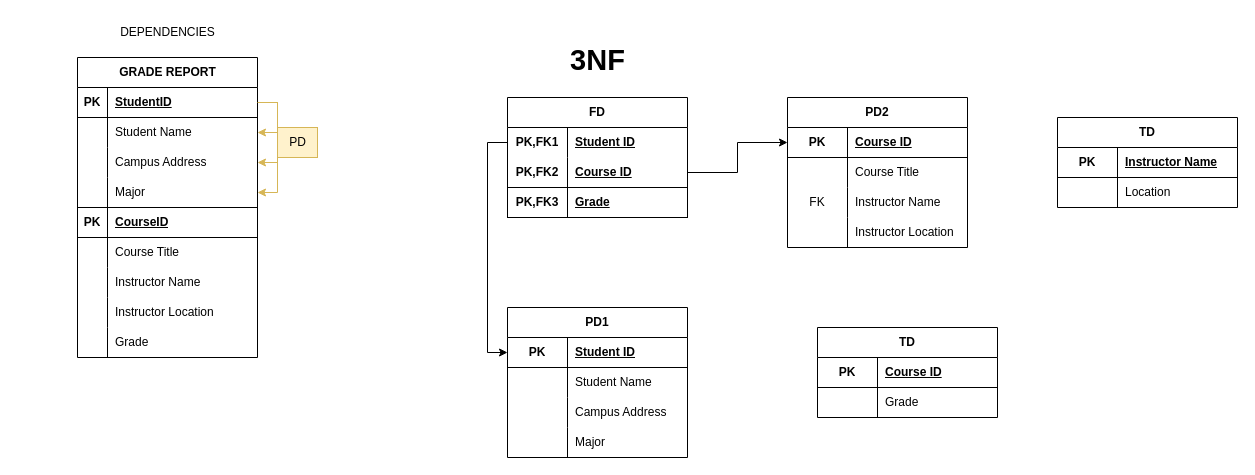
robeeds/is380-drawio keeps this draw.io diagram as page "Exercise #2" (2 of 2) of Logical Models & Normalization.drawio. Above is the earlier version. Source tidied: cells renumbered, new cells numbered last; positions are measured from the earlier drawing's top-left corner, leaving out a move shared by most shapes. Both pictures are drawn from the tidied source at 100%, with x=0, y=0 at pixel (77, 17).
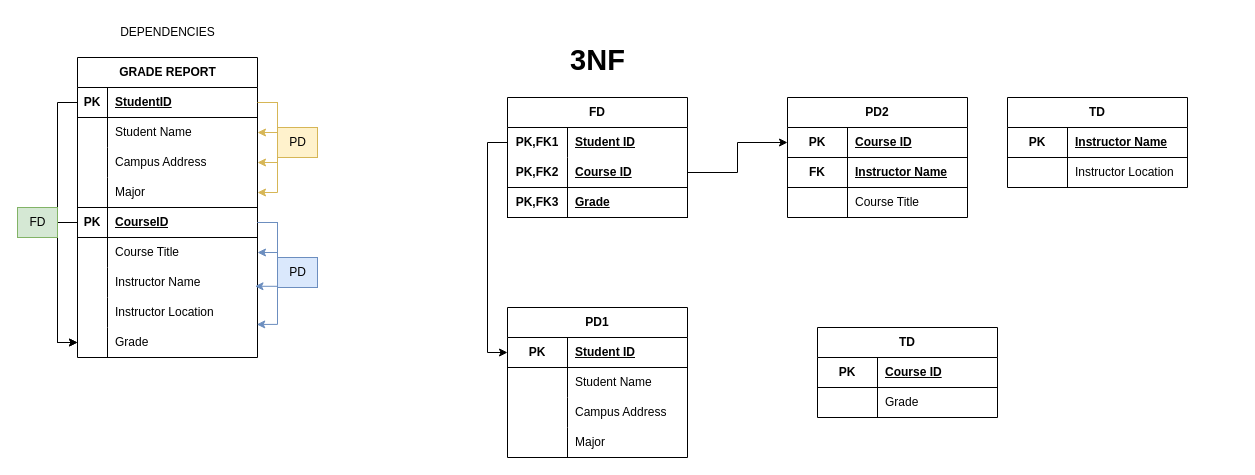
After the change.

The change refers to these unchanged cells:
```xml
<mxCell id="54" style="shape=tableRow;horizontal=0;startSize=0;swimlaneHead=0;swimlaneBody=0;fillColor=none;top=0;left=0;right=0;bottom=0;html=1;" parent="50" vertex="1">
  <mxGeometry y="60" width="180" height="30" as="geometry" />
</mxCell>
<mxCell id="58" value="GRADE REPORT" style="shape=table;startSize=30;childLayout=tableLayout;rowLines=0;fontStyle=1;align=center;html=1;" parent="1" vertex="1">
  <mxGeometry y="40" width="180" height="300" as="geometry" />
</mxCell>
<mxCell id="59" style="shape=tableRow;horizontal=0;startSize=0;swimlaneHead=0;swimlaneBody=0;fillColor=none;points=[[0,0.5],[1,0.5]];portConstraint=eastwest;top=0;left=0;right=0;bottom=1;" parent="58" vertex="1">
  <mxGeometry y="30" width="180" height="30" as="geometry" />
</mxCell>
<mxCell id="71" style="shape=tableRow;horizontal=0;startSize=0;swimlaneHead=0;swimlaneBody=0;fillColor=none;points=[[0,0.5],[1,0.5]];portConstraint=eastwest;top=1;left=0;right=0;bottom=1;" parent="58" vertex="1">
  <mxGeometry y="150" width="180" height="30" as="geometry" />
</mxCell>
<mxCell id="74" style="shape=tableRow;horizontal=0;startSize=0;swimlaneHead=0;swimlaneBody=0;fillColor=none;points=[[0,0.5],[1,0.5]];portConstraint=eastwest;top=0;left=0;right=0;bottom=0;" parent="58" vertex="1">
  <mxGeometry y="180" width="180" height="30" as="geometry" />
</mxCell>
<mxCell id="77" style="shape=tableRow;horizontal=0;startSize=0;swimlaneHead=0;swimlaneBody=0;fillColor=none;points=[[0,0.5],[1,0.5]];portConstraint=eastwest;top=0;left=0;right=0;bottom=0;" parent="58" vertex="1">
  <mxGeometry y="210" width="180" height="30" as="geometry" />
</mxCell>
<mxCell id="83" style="shape=tableRow;horizontal=0;startSize=0;swimlaneHead=0;swimlaneBody=0;fillColor=none;points=[[0,0.5],[1,0.5]];portConstraint=eastwest;top=0;left=0;right=0;bottom=0;" parent="58" vertex="1">
  <mxGeometry y="270" width="180" height="30" as="geometry" />
</mxCell>
```

Change to the diagram source:
```diff
@@
+    <mxCell id="88" style="edgeStyle=orthogonalEdgeStyle;rounded=0;jettySize=auto;html=1;entryX=0;entryY=0.5;entryDx=0;entryDy=0;" parent="1" edge="1" source="59" target="83">
+      <mxGeometry relative="1" as="geometry" />
+    </mxCell>
@@
+    <mxCell id="89" style="edgeStyle=orthogonalEdgeStyle;rounded=0;jettySize=auto;html=1;entryX=0;entryY=0.5;entryDx=0;entryDy=0;" parent="1" edge="1" source="71" target="83">
+      <mxGeometry relative="1" as="geometry" />
+    </mxCell>
@@
+    <mxCell id="90" style="edgeStyle=orthogonalEdgeStyle;rounded=0;jettySize=auto;html=1;fillColor=#dae8fc;strokeColor=#6c8ebf;" parent="1" edge="1" source="71" target="74">
+      <mxGeometry relative="1" as="geometry">
+        <Array as="points">
+          <mxPoint x="200" y="205" />
+          <mxPoint x="200" y="235" />
+        </Array>
+      </mxGeometry>
+    </mxCell>
@@
     <mxCell id="29" value="PD2" style="shape=table;startSize=30;childLayout=tableLayout;rowLines=0;fontStyle=1;align=center;html=1;whiteSpace=wrap;" parent="1" vertex="1">
-      <mxGeometry x="710" y="80" width="180" height="150" as="geometry" />
+      <mxGeometry x="710" y="80" width="180" height="120" as="geometry" />
     </mxCell>
@@
+    <mxCell id="36" style="shape=tableRow;horizontal=0;startSize=0;swimlaneHead=0;swimlaneBody=0;fillColor=none;top=1;left=0;right=0;bottom=1;html=1;" parent="29" vertex="1">
+      <mxGeometry y="60" width="180" height="30" as="geometry" />
+    </mxCell>
+    <mxCell id="37" value="&lt;b&gt;FK&lt;/b&gt;" style="shape=partialRectangle;fillColor=none;top=0;left=0;bottom=0;right=0;overflow=hidden;html=1;whiteSpace=wrap;" parent="36" vertex="1">
+      <mxGeometry width="60" height="30" as="geometry" />
+    </mxCell>
+    <mxCell id="38" value="&lt;b&gt;&lt;u&gt;Instructor Name&lt;/u&gt;&lt;/b&gt;" style="shape=partialRectangle;fillColor=none;top=0;left=0;bottom=0;right=0;align=left;spacingLeft=6;overflow=hidden;html=1;whiteSpace=wrap;" parent="36" vertex="1">
+      <mxGeometry x="60" width="120" height="30" as="geometry" />
+    </mxCell>
     <mxCell id="33" style="shape=tableRow;horizontal=0;startSize=0;swimlaneHead=0;swimlaneBody=0;fillColor=none;top=0;left=0;right=0;bottom=0;html=1;" parent="29" vertex="1">
-      <mxGeometry y="60" width="180" height="30" as="geometry" />
+      <mxGeometry y="90" width="180" height="30" as="geometry" />
     </mxCell>
@@
-    <mxCell id="36" style="shape=tableRow;horizontal=0;startSize=0;swimlaneHead=0;swimlaneBody=0;fillColor=none;top=0;left=0;right=0;bottom=0;html=1;" parent="29" vertex="1">
-      <mxGeometry y="90" width="180" height="30" as="geometry" />
-    </mxCell>
-    <mxCell id="37" value="FK" style="shape=partialRectangle;fillColor=none;top=0;left=0;bottom=0;right=0;overflow=hidden;html=1;whiteSpace=wrap;" parent="36" vertex="1">
-      <mxGeometry width="60" height="30" as="geometry" />
-    </mxCell>
-    <mxCell id="38" value="Instructor Name" style="shape=partialRectangle;fillColor=none;top=0;left=0;bottom=0;right=0;align=left;spacingLeft=6;overflow=hidden;html=1;whiteSpace=wrap;" parent="36" vertex="1">
-      <mxGeometry x="60" width="120" height="30" as="geometry" />
-    </mxCell>
-    <mxCell id="39" style="shape=tableRow;horizontal=0;startSize=0;swimlaneHead=0;swimlaneBody=0;fillColor=none;top=0;left=0;right=0;bottom=0;html=1;" parent="29" vertex="1">
-      <mxGeometry y="120" width="180" height="30" as="geometry" />
-    </mxCell>
-    <mxCell id="40" style="shape=partialRectangle;fillColor=none;top=0;left=0;bottom=0;right=0;overflow=hidden;html=1;whiteSpace=wrap;" parent="39" vertex="1">
-      <mxGeometry width="60" height="30" as="geometry" />
-    </mxCell>
-    <mxCell id="41" value="Instructor Location" style="shape=partialRectangle;fillColor=none;top=0;left=0;bottom=0;right=0;align=left;spacingLeft=6;overflow=hidden;html=1;whiteSpace=wrap;" parent="39" vertex="1">
-      <mxGeometry x="60" width="120" height="30" as="geometry" />
-    </mxCell>
@@
     <mxCell id="50" value="TD" style="shape=table;startSize=30;childLayout=tableLayout;rowLines=0;fontStyle=1;align=center;html=1;whiteSpace=wrap;" parent="1" vertex="1">
-      <mxGeometry x="980" y="100" width="180" height="90" as="geometry" />
+      <mxGeometry x="930" y="80" width="180" height="90" as="geometry" />
     </mxCell>
@@
-    <mxCell id="56" value="Location" style="shape=partialRectangle;fillColor=none;top=0;left=0;bottom=0;right=0;align=left;spacingLeft=6;overflow=hidden;html=1;whiteSpace=wrap;" parent="54" vertex="1">
+    <mxCell id="56" value="Instructor Location" style="shape=partialRectangle;fillColor=none;top=0;left=0;bottom=0;right=0;align=left;spacingLeft=6;overflow=hidden;html=1;whiteSpace=wrap;" parent="54" vertex="1">
       <mxGeometry x="60" width="120" height="30" as="geometry" />
     </mxCell>
@@
+    <mxCell id="91" style="edgeStyle=orthogonalEdgeStyle;rounded=0;jettySize=auto;html=1;entryX=0.986;entryY=0.626;entryDx=0;entryDy=0;entryPerimeter=0;fillColor=#dae8fc;strokeColor=#6c8ebf;" parent="58" edge="1" source="71" target="77">
+      <mxGeometry relative="1" as="geometry">
+        <Array as="points">
+          <mxPoint x="200" y="165" />
+          <mxPoint x="200" y="229" />
+        </Array>
+      </mxGeometry>
+    </mxCell>
+    <mxCell id="92" style="edgeStyle=orthogonalEdgeStyle;rounded=0;jettySize=auto;html=1;entryX=0.996;entryY=-0.102;entryDx=0;entryDy=0;entryPerimeter=0;fillColor=#dae8fc;strokeColor=#6c8ebf;" parent="58" edge="1" source="71" target="83">
+      <mxGeometry relative="1" as="geometry">
+        <Array as="points">
+          <mxPoint x="200" y="165" />
+          <mxPoint x="200" y="267" />
+        </Array>
+      </mxGeometry>
+    </mxCell>
@@
+    <mxCell id="93" value="PD" style="text;html=1;align=center;verticalAlign=middle;strokeColor=#6c8ebf;fillColor=#dae8fc;" parent="1" vertex="1">
+      <mxGeometry x="200" y="240" width="40" height="30" as="geometry" />
+    </mxCell>
+    <mxCell id="94" value="FD" style="text;html=1;align=center;verticalAlign=middle;strokeColor=#82b366;fillColor=#d5e8d4;" parent="1" vertex="1">
+      <mxGeometry x="-60" y="190" width="40" height="30" as="geometry" />
+    </mxCell>
```
